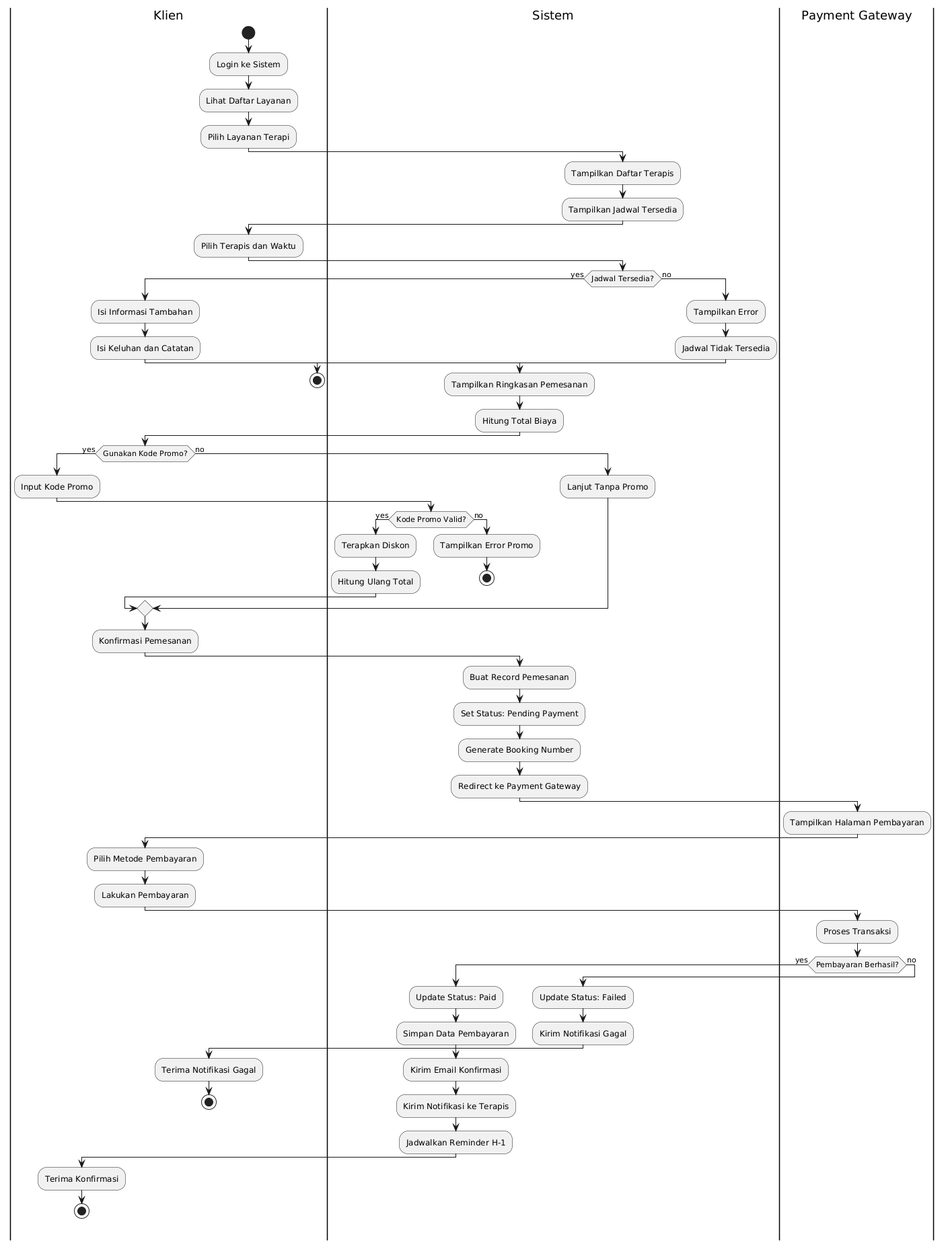
Before: tugas-selesai/04_proyek_sistem_informasi/03_desain/diagrams/images/02_activity_diagram_booking.png, a diagram exported from PlantUML (roqianjas/unm-s7). Source of this version:
```plantuml
@startuml
|Klien|
start
:Login ke Sistem;
:Lihat Daftar Layanan;
:Pilih Layanan Terapi;

|Sistem|
:Tampilkan Daftar Terapis;
:Tampilkan Jadwal Tersedia;

|Klien|
:Pilih Terapis dan Waktu;

|Sistem|
if (Jadwal Tersedia?) then (yes)
  |Klien|
  :Isi Informasi Tambahan;
  :Isi Keluhan dan Catatan;

  |Sistem|
  :Tampilkan Ringkasan Pemesanan;
  :Hitung Total Biaya;

  |Klien|
  if (Gunakan Kode Promo?) then (yes)
    :Input Kode Promo;
    |Sistem|
    if (Kode Promo Valid?) then (yes)
      :Terapkan Diskon;
      :Hitung Ulang Total;
    else (no)
      :Tampilkan Error Promo;
      stop
    endif
  else (no)
    :Lanjut Tanpa Promo;
  endif

  |Klien|
  :Konfirmasi Pemesanan;

  |Sistem|
  :Buat Record Pemesanan;
  :Set Status: Pending Payment;
  :Generate Booking Number;
  :Redirect ke Payment Gateway;

  |Payment Gateway|
  :Tampilkan Halaman Pembayaran;

  |Klien|
  :Pilih Metode Pembayaran;
  :Lakukan Pembayaran;

  |Payment Gateway|
  :Proses Transaksi;

  if (Pembayaran Berhasil?) then (yes)
    |Sistem|
    :Update Status: Paid;
    :Simpan Data Pembayaran;
    :Kirim Email Konfirmasi;
    :Kirim Notifikasi ke Terapis;
    :Jadwalkan Reminder H-1;

    |Klien|
    :Terima Konfirmasi;
    stop
  else (no)
    |Sistem|
    :Update Status: Failed;
    :Kirim Notifikasi Gagal;

    |Klien|
    :Terima Notifikasi Gagal;
    stop
  endif

else (no)
  |Sistem|
  :Tampilkan Error;
  :Jadwal Tidak Tersedia;

  |Klien|
  stop
endif
@enduml
```
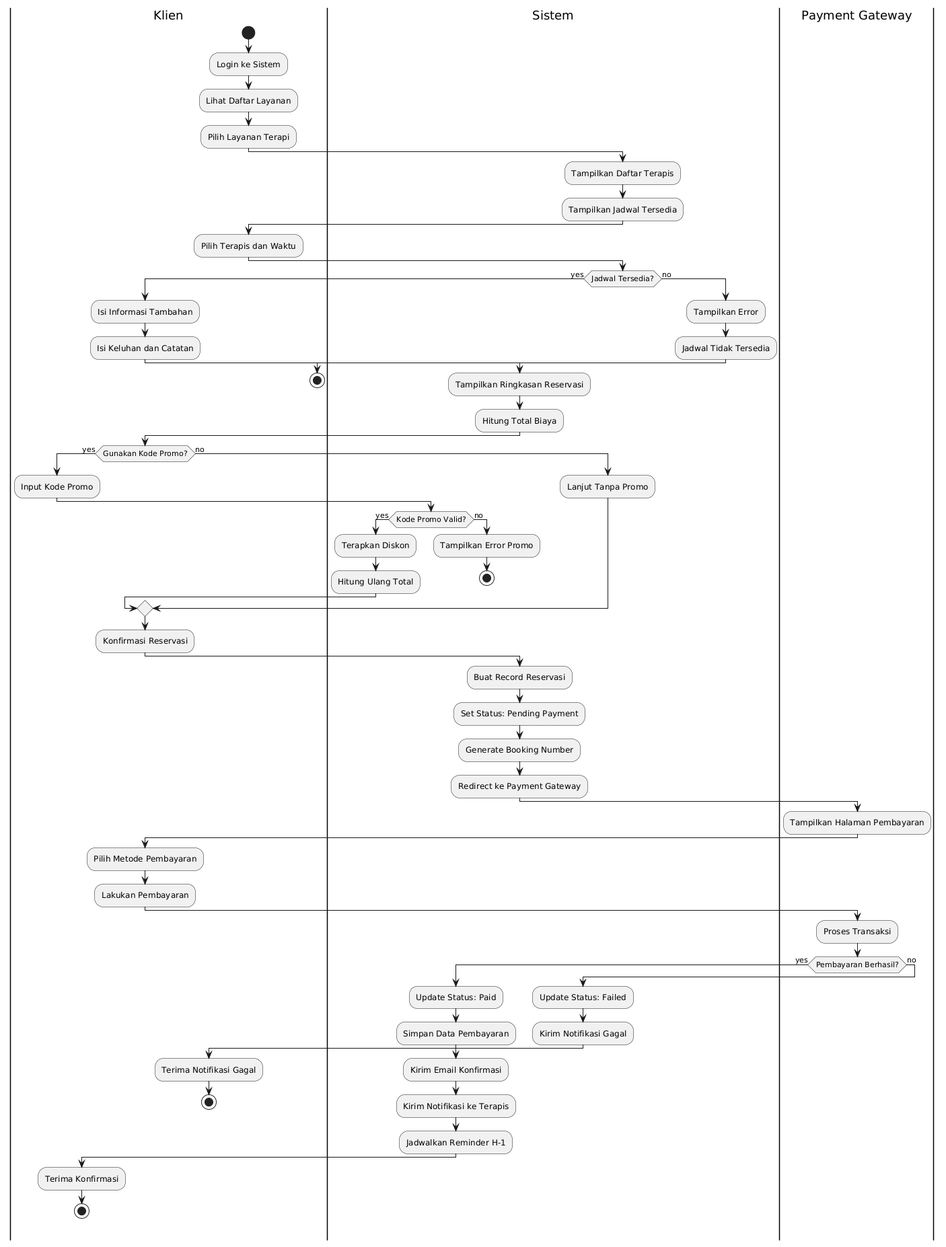
The same file after the commit.

What changed in the source:
```diff
@@ -19,7 +19,7 @@
   :Isi Keluhan dan Catatan;
 
   |Sistem|
-  :Tampilkan Ringkasan Pemesanan;
+  :Tampilkan Ringkasan Reservasi;
   :Hitung Total Biaya;
 
   |Klien|
@@ -38,10 +38,10 @@
   endif
 
   |Klien|
-  :Konfirmasi Pemesanan;
+  :Konfirmasi Reservasi;
 
   |Sistem|
-  :Buat Record Pemesanan;
+  :Buat Record Reservasi;
   :Set Status: Pending Payment;
   :Generate Booking Number;
   :Redirect ke Payment Gateway;
```
